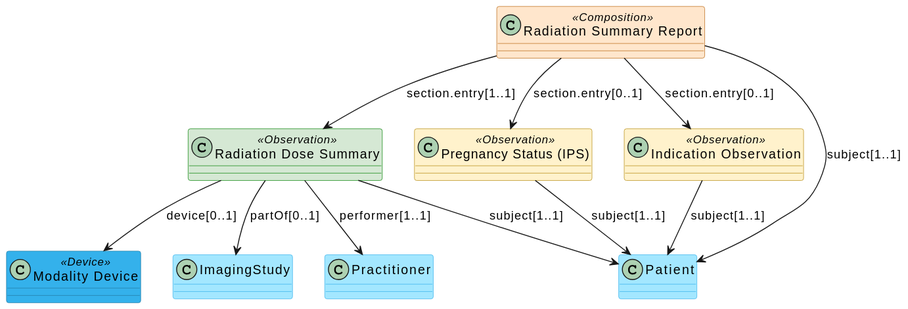
Before: input/images/archi.svg, a diagram exported from PlantUML (HL7/fhir-radiation-dose-summary-ig).
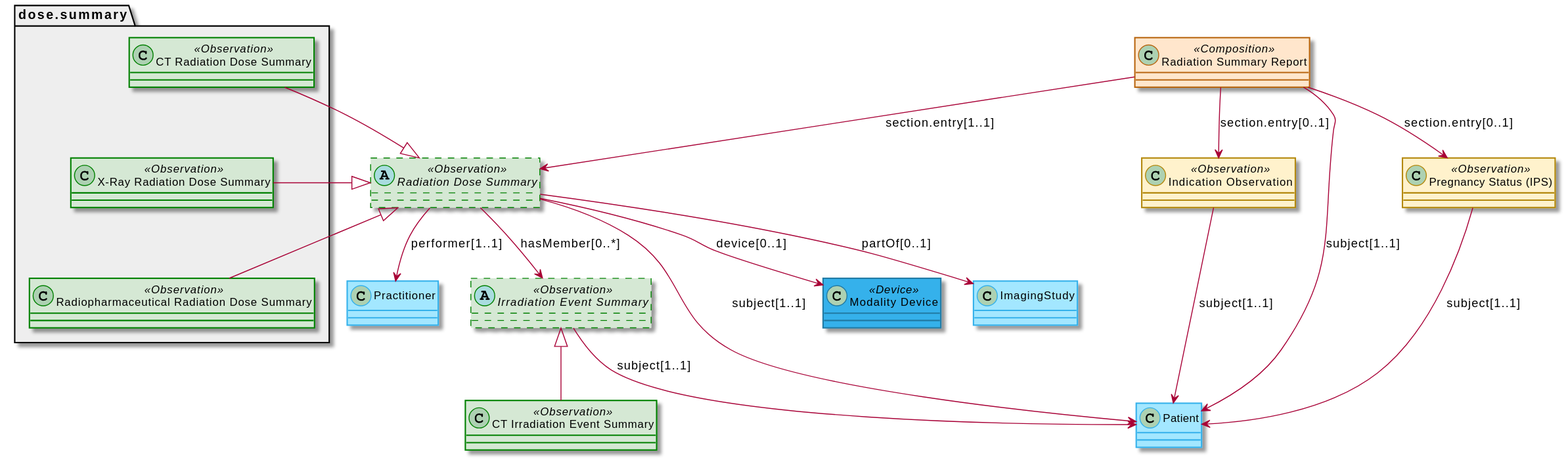
After the commit.

What changed in the source:
```diff
@@ -1,21 +1,44 @@
 @startuml
 class "Radiation Summary Report" as RSR <<Composition>> #ffe6cc ##b86611
-class "Radiation Dose Summary" as DoseSummary <<Observation>> #d5e8d4 ##green
+abstract class "Radiation Dose Summary" as DoseSummary <<Observation>> #d5e8d4 ##[dashed]green
 class "Pregnancy Status (IPS)" as PregnancyStatus <<Observation>> #fff2cc ##b3880c
 class "Indication Observation" as Indication <<Observation>> #fff2cc ##b3880c
 class "Modality Device" as Modality <<Device>> #34b1eb ##217aa3
+abstract class "Irradiation Event Summary" as IrradiationEvent <<Observation>> #d5e8d4 ##[dashed]green
+class "CT Irradiation Event Summary" as CTIrradiationEvent <<Observation>> #d5e8d4 ##green
 class "ImagingStudy" as ImagingStudy #a3e7ff ##34b1eb
 class "Patient" as Patient #a3e7ff ##34b1eb
 class "Practitioner" as Practitioner #a3e7ff ##34b1eb
+namespace dose.summary #EEEEEE {
+   class "CT Radiation Dose Summary" as CTDoseSummary <<Observation>> #d5e8d4 ##green
+   class "X-Ray Radiation Dose Summary"  as XRayDoseSummary <<Observation>> #d5e8d4 ##green
+   class "Radiopharmaceutical Radiation Dose Summary"  as NMDoseSummary <<Observation>> #d5e8d4 ##green
+   .DoseSummary <|-- CTDoseSummary
+   .DoseSummary <|-- XRayDoseSummary
+   .DoseSummary <|-- NMDoseSummary
+   CTDoseSummary  -[hidden]down-> .Modality
+   CTDoseSummary  -[hidden]down-> .ImagingStudy
+   CTDoseSummary  -[hidden]down-> .Practitioner
+   CTDoseSummary  -[hidden]down-> .Patient
+   CTDoseSummary  -[hidden]down-> XRayDoseSummary
+   XRayDoseSummary -[hidden]down-> NMDoseSummary
+   CTDoseSummary -[hidden]down-> .DoseSummary
+   NMDoseSummary -[hidden]down-> .DoseSummary
+   XRayDoseSummary-[hidden]down-> .DoseSummary
+}
 
+IrradiationEvent <|-- CTIrradiationEvent
 DoseSummary   -down-> Patient : subject[1..1]
 DoseSummary   -down-> Practitioner : performer[1..1]
 DoseSummary   -down-> ImagingStudy : partOf[0..1]
+DoseSummary   -down-> IrradiationEvent : hasMember[0..*]
 DoseSummary   -down-> Modality : device[0..1]
+IrradiationEvent  -down-> Patient : subject[1..1]
 PregnancyStatus  -down-> Patient : subject[1..1]
 Indication  -down-> Patient : subject[1..1]
 RSR -down-> Patient : subject[1..1]
 RSR  -down-> DoseSummary  : section.entry[1..1]
+RSR  -[hidden]left-> dose.summary.CTDoseSummary
 RSR  -down-> PregnancyStatus : section.entry[0..1]
 RSR  -down-> Indication : section.entry[0..1]
 @enduml
```
